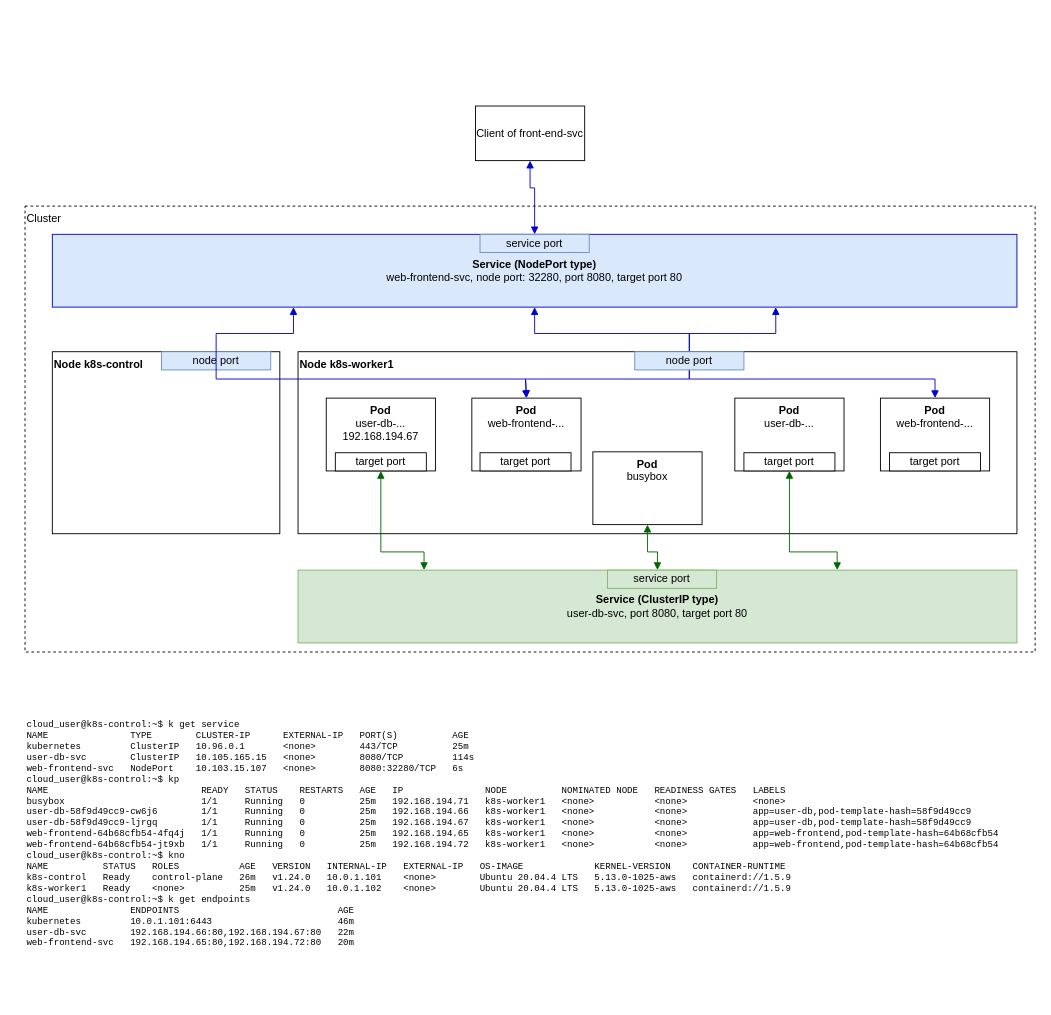
Above: page "Ingress" (2 of 2) of kubernetes.drawio in glahitette/kubernetes (draw.io), before the change. Source tidied: cells renumbered, new cells numbered last; positions are measured from the earlier drawing's top-left corner, leaving out a move shared by most shapes. Both pictures are drawn from the tidied source at 91%, with x=0, y=0 at pixel (25, 106).
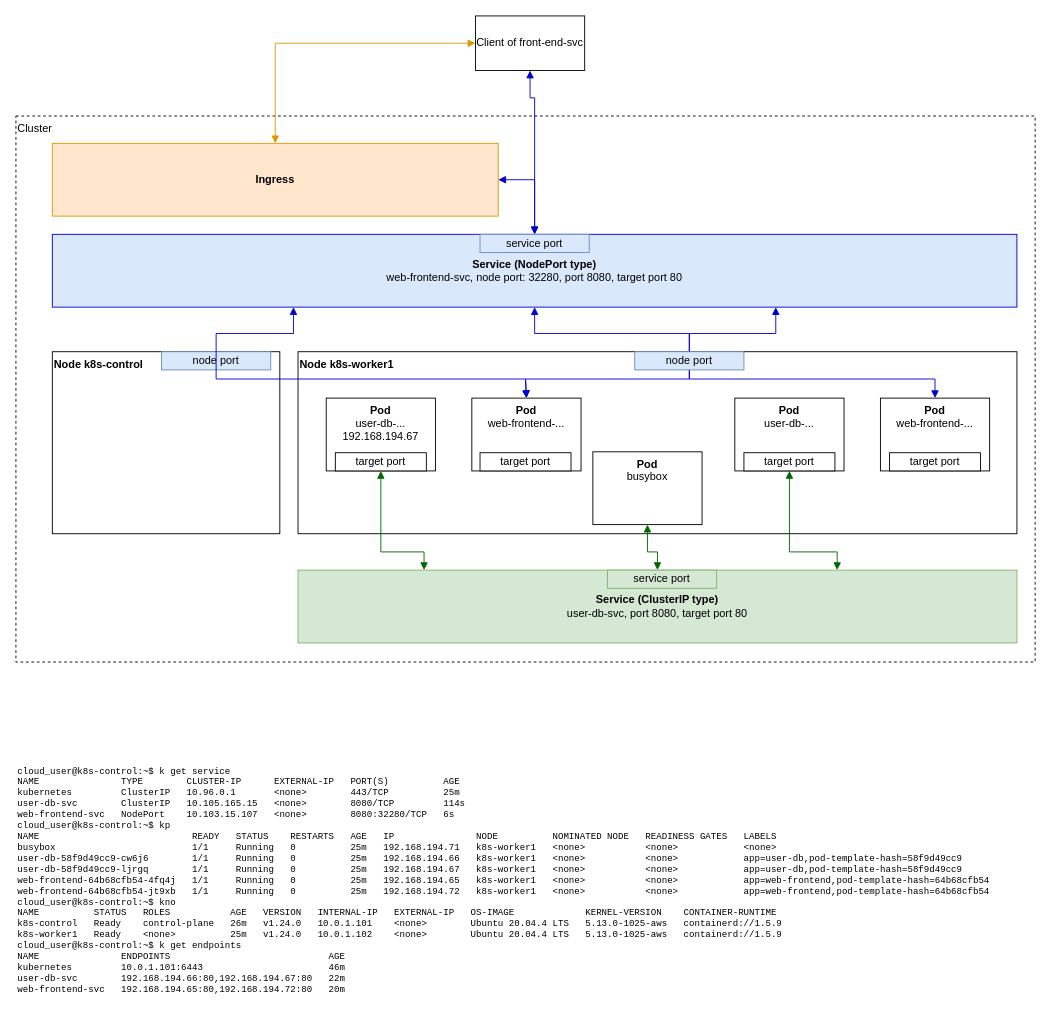
The same page after the edit.

The change refers to these unchanged cells:
```xml
<mxCell id="7" value="&lt;b&gt;Service (NodePort type)&lt;/b&gt;&lt;br&gt;web-frontend-svc, node port: 32280, port 8080, target port 80" style="rounded=0;whiteSpace=wrap;html=1;verticalAlign=middle;fillColor=#dae8fc;strokeColor=#0000CC;fontColor=#000000;" parent="1" vertex="1">
  <mxGeometry x="30" y="141" width="1060" height="80" as="geometry" />
</mxCell>
<mxCell id="24" value="service port" style="rounded=0;whiteSpace=wrap;html=1;fillColor=#dae8fc;strokeColor=#6c8ebf;" parent="1" vertex="1">
  <mxGeometry x="500" y="141" width="120" height="20" as="geometry" />
</mxCell>
```

The edit, as a diff of the source:
```diff
@@
     <mxCell id="2" value="Cluster" style="rounded=0;whiteSpace=wrap;html=1;verticalAlign=top;dashed=1;align=left;" parent="1" vertex="1">
-      <mxGeometry y="110" width="1110" height="490" as="geometry" />
+      <mxGeometry x="-10" y="11" width="1120" height="600" as="geometry" />
     </mxCell>
@@
     <mxCell id="13" value="&lt;div&gt;&lt;div style=&quot;font-size: 10px&quot;&gt;cloud_user@k8s-control:~$ k get service&lt;/div&gt;&lt;div style=&quot;font-size: 10px&quot;&gt;NAME&amp;nbsp; &amp;nbsp; &amp;nbsp; &amp;nbsp; &amp;nbsp; &amp;nbsp; &amp;nbsp; &amp;nbsp;TYPE&amp;nbsp; &amp;nbsp; &amp;nbsp; &amp;nbsp; CLUSTER-IP&amp;nbsp; &amp;nbsp; &amp;nbsp; EXTERNAL-IP&amp;nbsp; &amp;nbsp;PORT(S)&amp;nbsp; &amp;nbsp; &amp;nbsp; &amp;nbsp; &amp;nbsp; AGE&lt;/div&gt;&lt;div style=&quot;font-size: 10px&quot;&gt;kubernetes&amp;nbsp; &amp;nbsp; &amp;nbsp; &amp;nbsp; &amp;nbsp;ClusterIP&amp;nbsp; &amp;nbsp;10.96.0.1&amp;nbsp; &amp;nbsp; &amp;nbsp; &amp;nbsp;&amp;lt;none&amp;gt;&amp;nbsp; &amp;nbsp; &amp;nbsp; &amp;nbsp; 443/TCP&amp;nbsp; &amp;nbsp; &amp;nbsp; &amp;nbsp; &amp;nbsp; 25m&lt;/div&gt;&lt;div style=&quot;font-size: 10px&quot;&gt;user-db-svc&amp;nbsp; &amp;nbsp; &amp;nbsp; &amp;nbsp; ClusterIP&amp;nbsp; &amp;nbsp;10.105.165.15&amp;nbsp; &amp;nbsp;&amp;lt;none&amp;gt;&amp;nbsp; &amp;nbsp; &amp;nbsp; &amp;nbsp; 8080/TCP&amp;nbsp; &amp;nbsp; &amp;nbsp; &amp;nbsp; &amp;nbsp;114s&lt;/div&gt;&lt;div style=&quot;font-size: 10px&quot;&gt;web-frontend-svc&amp;nbsp; &amp;nbsp;NodePort&amp;nbsp; &amp;nbsp; 10.103.15.107&amp;nbsp; &amp;nbsp;&amp;lt;none&amp;gt;&amp;nbsp; &amp;nbsp; &amp;nbsp; &amp;nbsp; 8080:32280/TCP&amp;nbsp; &amp;nbsp;6s&lt;/div&gt;&lt;div style=&quot;font-size: 10px&quot;&gt;cloud_user@k8s-control:~$ kp&lt;/div&gt;&lt;div style=&quot;font-size: 10px&quot;&gt;NAME&amp;nbsp; &amp;nbsp; &amp;nbsp; &amp;nbsp; &amp;nbsp; &amp;nbsp; &amp;nbsp; &amp;nbsp; &amp;nbsp; &amp;nbsp; &amp;nbsp; &amp;nbsp; &amp;nbsp; &amp;nbsp; READY&amp;nbsp; &amp;nbsp;STATUS&amp;nbsp; &amp;nbsp; RESTARTS&amp;nbsp; &amp;nbsp;AGE&amp;nbsp; &amp;nbsp;IP&amp;nbsp; &amp;nbsp; &amp;nbsp; &amp;nbsp; &amp;nbsp; &amp;nbsp; &amp;nbsp; &amp;nbsp;NODE&amp;nbsp; &amp;nbsp; &amp;nbsp; &amp;nbsp; &amp;nbsp; NOMINATED NODE&amp;nbsp; &amp;nbsp;READINESS GATES&amp;nbsp; &amp;nbsp;LABELS&lt;/div&gt;&lt;div style=&quot;font-size: 10px&quot;&gt;busybox&amp;nbsp; &amp;nbsp; &amp;nbsp; &amp;nbsp; &amp;nbsp; &amp;nbsp; &amp;nbsp; &amp;nbsp; &amp;nbsp; &amp;nbsp; &amp;nbsp; &amp;nbsp; &amp;nbsp;1/1&amp;nbsp; &amp;nbsp; &amp;nbsp;Running&amp;nbsp; &amp;nbsp;0&amp;nbsp; &amp;nbsp; &amp;nbsp; &amp;nbsp; &amp;nbsp; 25m&amp;nbsp; &amp;nbsp;192.168.194.71&amp;nbsp; &amp;nbsp;k8s-worker1&amp;nbsp; &amp;nbsp;&amp;lt;none&amp;gt;&amp;nbsp; &amp;nbsp; &amp;nbsp; &amp;nbsp; &amp;nbsp; &amp;nbsp;&amp;lt;none&amp;gt;&amp;nbsp; &amp;nbsp; &amp;nbsp; &amp;nbsp; &amp;nbsp; &amp;nbsp; &amp;lt;none&amp;gt;&lt;/div&gt;&lt;div style=&quot;font-size: 10px&quot;&gt;user-db-58f9d49cc9-cw6j6&amp;nbsp; &amp;nbsp; &amp;nbsp; &amp;nbsp; 1/1&amp;nbsp; &amp;nbsp; &amp;nbsp;Running&amp;nbsp; &amp;nbsp;0&amp;nbsp; &amp;nbsp; &amp;nbsp; &amp;nbsp; &amp;nbsp; 25m&amp;nbsp; &amp;nbsp;192.168.194.66&amp;nbsp; &amp;nbsp;k8s-worker1&amp;nbsp; &amp;nbsp;&amp;lt;none&amp;gt;&amp;nbsp; &amp;nbsp; &amp;nbsp; &amp;nbsp; &amp;nbsp; &amp;nbsp;&amp;lt;none&amp;gt;&amp;nbsp; &amp;nbsp; &amp;nbsp; &amp;nbsp; &amp;nbsp; &amp;nbsp; app=user-db,pod-template-hash=58f9d49cc9&lt;/div&gt;&lt;div style=&quot;font-size: 10px&quot;&gt;user-db-58f9d49cc9-ljrgq&amp;nbsp; &amp;nbsp; &amp;nbsp; &amp;nbsp; 1/1&amp;nbsp; &amp;nbsp; &amp;nbsp;Running&amp;nbsp; &amp;nbsp;0&amp;nbsp; &amp;nbsp; &amp;nbsp; &amp;nbsp; &amp;nbsp; 25m&amp;nbsp; &amp;nbsp;192.168.194.67&amp;nbsp; &amp;nbsp;k8s-worker1&amp;nbsp; &amp;nbsp;&amp;lt;none&amp;gt;&amp;nbsp; &amp;nbsp; &amp;nbsp; &amp;nbsp; &amp;nbsp; &amp;nbsp;&amp;lt;none&amp;gt;&amp;nbsp; &amp;nbsp; &amp;nbsp; &amp;nbsp; &amp;nbsp; &amp;nbsp; app=user-db,pod-template-hash=58f9d49cc9&lt;/div&gt;&lt;div style=&quot;font-size: 10px&quot;&gt;web-frontend-64b68cfb54-4fq4j&amp;nbsp; &amp;nbsp;1/1&amp;nbsp; &amp;nbsp; &amp;nbsp;Running&amp;nbsp; &amp;nbsp;0&amp;nbsp; &amp;nbsp; &amp;nbsp; &amp;nbsp; &amp;nbsp; 25m&amp;nbsp; &amp;nbsp;192.168.194.65&amp;nbsp; &amp;nbsp;k8s-worker1&amp;nbsp; &amp;nbsp;&amp;lt;none&amp;gt;&amp;nbsp; &amp;nbsp; &amp;nbsp; &amp;nbsp; &amp;nbsp; &amp;nbsp;&amp;lt;none&amp;gt;&amp;nbsp; &amp;nbsp; &amp;nbsp; &amp;nbsp; &amp;nbsp; &amp;nbsp; app=web-frontend,pod-template-hash=64b68cfb54&lt;/div&gt;&lt;div style=&quot;font-size: 10px&quot;&gt;web-frontend-64b68cfb54-jt9xb&amp;nbsp; &amp;nbsp;1/1&amp;nbsp; &amp;nbsp; &amp;nbsp;Running&amp;nbsp; &amp;nbsp;0&amp;nbsp; &amp;nbsp; &amp;nbsp; &amp;nbsp; &amp;nbsp; 25m&amp;nbsp; &amp;nbsp;192.168.194.72&amp;nbsp; &amp;nbsp;k8s-worker1&amp;nbsp; &amp;nbsp;&amp;lt;none&amp;gt;&amp;nbsp; &amp;nbsp; &amp;nbsp; &amp;nbsp; &amp;nbsp; &amp;nbsp;&amp;lt;none&amp;gt;&amp;nbsp; &amp;nbsp; &amp;nbsp; &amp;nbsp; &amp;nbsp; &amp;nbsp; app=web-frontend,pod-template-hash=64b68cfb54&lt;/div&gt;&lt;div style=&quot;font-size: 10px&quot;&gt;cloud_user@k8s-control:~$ kno&lt;/div&gt;&lt;div style=&quot;font-size: 10px&quot;&gt;NAME&amp;nbsp; &amp;nbsp; &amp;nbsp; &amp;nbsp; &amp;nbsp; STATUS&amp;nbsp; &amp;nbsp;ROLES&amp;nbsp; &amp;nbsp; &amp;nbsp; &amp;nbsp; &amp;nbsp; &amp;nbsp;AGE&amp;nbsp; &amp;nbsp;VERSION&amp;nbsp; &amp;nbsp;INTERNAL-IP&amp;nbsp; &amp;nbsp;EXTERNAL-IP&amp;nbsp; &amp;nbsp;OS-IMAGE&amp;nbsp; &amp;nbsp; &amp;nbsp; &amp;nbsp; &amp;nbsp; &amp;nbsp; &amp;nbsp;KERNEL-VERSION&amp;nbsp; &amp;nbsp; CONTAINER-RUNTIME&lt;/div&gt;&lt;div style=&quot;font-size: 10px&quot;&gt;k8s-control&amp;nbsp; &amp;nbsp;Ready&amp;nbsp; &amp;nbsp; control-plane&amp;nbsp; &amp;nbsp;26m&amp;nbsp; &amp;nbsp;v1.24.0&amp;nbsp; &amp;nbsp;10.0.1.101&amp;nbsp; &amp;nbsp; &amp;lt;none&amp;gt;&amp;nbsp; &amp;nbsp; &amp;nbsp; &amp;nbsp; Ubuntu 20.04.4 LTS&amp;nbsp; &amp;nbsp;5.13.0-1025-aws&amp;nbsp; &amp;nbsp;containerd://1.5.9&lt;/div&gt;&lt;div style=&quot;font-size: 10px&quot;&gt;k8s-worker1&amp;nbsp; &amp;nbsp;Ready&amp;nbsp; &amp;nbsp; &amp;lt;none&amp;gt;&amp;nbsp; &amp;nbsp; &amp;nbsp; &amp;nbsp; &amp;nbsp; 25m&amp;nbsp; &amp;nbsp;v1.24.0&amp;nbsp; &amp;nbsp;10.0.1.102&amp;nbsp; &amp;nbsp; &amp;lt;none&amp;gt;&amp;nbsp; &amp;nbsp; &amp;nbsp; &amp;nbsp; Ubuntu 20.04.4 LTS&amp;nbsp; &amp;nbsp;5.13.0-1025-aws&amp;nbsp; &amp;nbsp;containerd://1.5.9&lt;/div&gt;&lt;div&gt;&lt;div&gt;cloud_user@k8s-control:~$ k get endpoints&lt;/div&gt;&lt;div&gt;NAME&amp;nbsp; &amp;nbsp; &amp;nbsp; &amp;nbsp; &amp;nbsp; &amp;nbsp; &amp;nbsp; &amp;nbsp;ENDPOINTS&amp;nbsp; &amp;nbsp; &amp;nbsp; &amp;nbsp; &amp;nbsp; &amp;nbsp; &amp;nbsp; &amp;nbsp; &amp;nbsp; &amp;nbsp; &amp;nbsp; &amp;nbsp; &amp;nbsp; &amp;nbsp; &amp;nbsp;AGE&lt;/div&gt;&lt;div&gt;kubernetes&amp;nbsp; &amp;nbsp; &amp;nbsp; &amp;nbsp; &amp;nbsp;10.0.1.101:6443&amp;nbsp; &amp;nbsp; &amp;nbsp; &amp;nbsp; &amp;nbsp; &amp;nbsp; &amp;nbsp; &amp;nbsp; &amp;nbsp; &amp;nbsp; &amp;nbsp; &amp;nbsp;46m&lt;/div&gt;&lt;div&gt;user-db-svc&amp;nbsp; &amp;nbsp; &amp;nbsp; &amp;nbsp; 192.168.194.66:80,192.168.194.67:80&amp;nbsp; &amp;nbsp;22m&lt;/div&gt;&lt;div&gt;web-frontend-svc&amp;nbsp; &amp;nbsp;192.168.194.65:80,192.168.194.72:80&amp;nbsp; &amp;nbsp;20m&lt;/div&gt;&lt;/div&gt;&lt;/div&gt;" style="rounded=0;whiteSpace=wrap;html=1;verticalAlign=middle;align=left;fontFamily=Courier New;fontSize=10;strokeColor=none;" parent="1" vertex="1">
-      <mxGeometry y="670" width="1110" height="260" as="geometry" />
+      <mxGeometry x="-10" y="721" width="1110" height="260" as="geometry" />
     </mxCell>
@@
     <mxCell id="17" value="Client of front-end-svc" style="rounded=0;whiteSpace=wrap;html=1;" parent="1" vertex="1">
-      <mxGeometry x="495" width="120" height="60" as="geometry" />
+      <mxGeometry x="495" y="-99" width="120" height="60" as="geometry" />
     </mxCell>
     <mxCell id="18" style="edgeStyle=orthogonalEdgeStyle;html=1;endArrow=block;elbow=vertical;startArrow=block;startFill=1;endFill=1;strokeColor=#0000CC;rounded=0;entryX=0.5;entryY=0;entryDx=0;entryDy=0;exitX=0.5;exitY=1;exitDx=0;exitDy=0;" parent="1" edge="1" source="17" target="7">
       <mxGeometry relative="1" as="geometry">
         <Array as="points">
-          <mxPoint x="555" y="90" />
-          <mxPoint x="560" y="90" />
+          <mxPoint x="555" y="-9" />
+          <mxPoint x="560" y="-9" />
         </Array>
       </mxGeometry>
     </mxCell>
@@
+    <mxCell id="29" value="&lt;b&gt;Ingress&lt;/b&gt;" style="rounded=0;whiteSpace=wrap;html=1;verticalAlign=middle;fillColor=#ffe6cc;strokeColor=#d79b00;" parent="1" vertex="1">
+      <mxGeometry x="30" y="41" width="490" height="80" as="geometry" />
+    </mxCell>
+    <mxCell id="30" style="edgeStyle=orthogonalEdgeStyle;html=1;endArrow=block;elbow=vertical;startArrow=block;startFill=1;endFill=1;strokeColor=#0000CC;rounded=0;entryX=0.5;entryY=0;entryDx=0;entryDy=0;exitX=1;exitY=0.5;exitDx=0;exitDy=0;" parent="1" edge="1" source="29" target="24">
+      <mxGeometry relative="1" as="geometry">
+        <Array as="points">
+          <mxPoint x="560" y="81" />
+        </Array>
+      </mxGeometry>
+    </mxCell>
+    <mxCell id="31" style="edgeStyle=orthogonalEdgeStyle;html=1;endArrow=block;elbow=vertical;startArrow=block;startFill=1;endFill=1;strokeColor=#D79B00;rounded=0;entryX=0.5;entryY=0;entryDx=0;entryDy=0;exitX=0;exitY=0.5;exitDx=0;exitDy=0;" parent="1" edge="1" source="17" target="29">
+      <mxGeometry relative="1" as="geometry">
+        <Array as="points">
+          <mxPoint x="275" y="-69" />
+        </Array>
+      </mxGeometry>
+    </mxCell>
```
